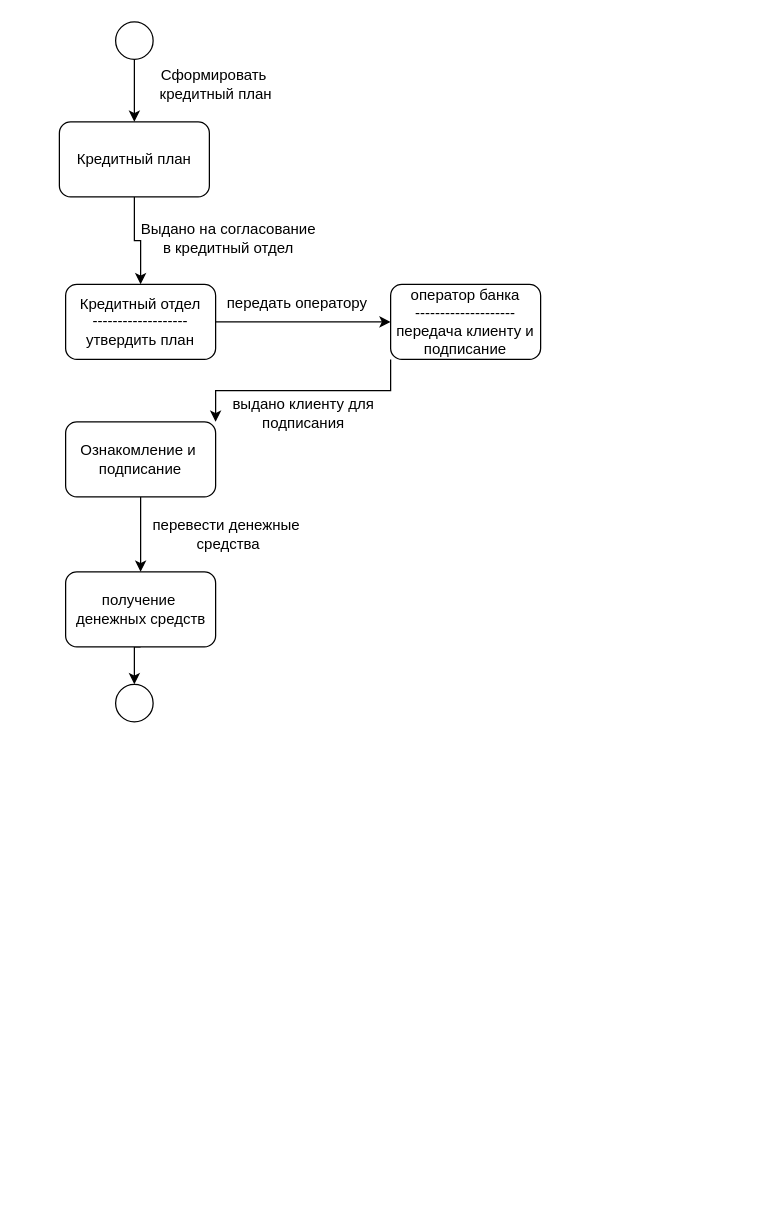
Above: page "Страница 5" (5 of 7) of AKMS2.drawio in EnoT1K4/project_new (draw.io), before the change. Source tidied: cells renumbered, new cells numbered last; positions are measured from the earlier drawing's top-left corner, leaving out a move shared by most shapes. Both pictures are drawn from the tidied source at 125%, with x=0, y=0 at pixel (59, 21).
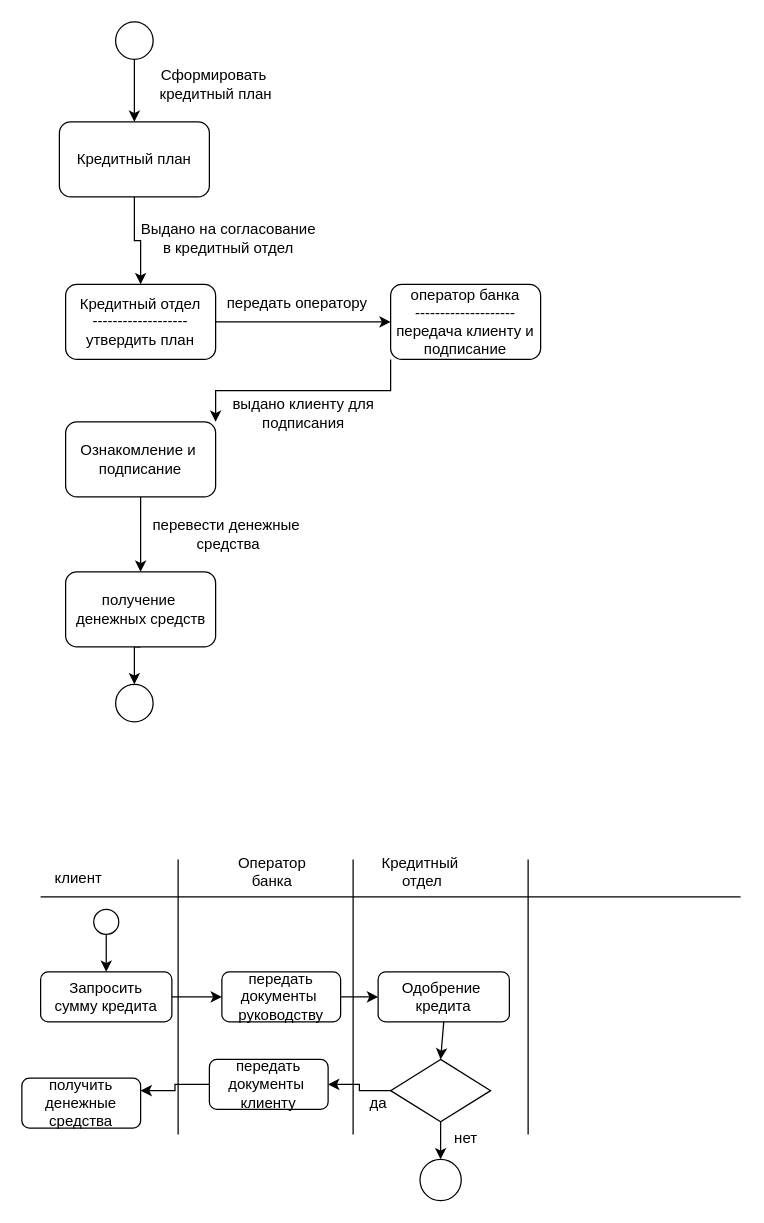
After the change.

What changed in the source:
```diff
@@
+    <mxCell id="21" value="клиент" style="text;html=1;align=center;verticalAlign=middle;strokeColor=none;fillColor=none;" parent="1" vertex="1">
+      <mxGeometry x="-15" y="670" width="60" height="30" as="geometry" />
+    </mxCell>
+    <mxCell id="22" style="endArrow=none;html=1;rounded=0;" parent="1" edge="1">
+      <mxGeometry relative="1" as="geometry">
+        <mxPoint x="-15" y="700" as="sourcePoint" />
+        <mxPoint x="545" y="700" as="targetPoint" />
+      </mxGeometry>
+    </mxCell>
+    <mxCell id="23" style="ellipse;whiteSpace=wrap;html=1;" parent="1" vertex="1">
+      <mxGeometry x="27.5" y="710" width="20" height="20" as="geometry" />
+    </mxCell>
+    <mxCell id="24" value="Запросить&lt;br&gt;сумму кредита" style="rounded=1;whiteSpace=wrap;html=1;" parent="1" vertex="1">
+      <mxGeometry x="-15" y="760" width="105" height="40" as="geometry" />
+    </mxCell>
+    <mxCell id="25" style="endArrow=classic;html=1;rounded=0;exitX=0.5;exitY=1;exitDx=0;exitDy=0;entryX=0.5;entryY=0;entryDx=0;entryDy=0;" parent="1" edge="1" source="23" target="24">
+      <mxGeometry relative="1" as="geometry" />
+    </mxCell>
+    <mxCell id="26" value="Оператор&lt;br&gt;банка" style="text;html=1;align=center;verticalAlign=middle;strokeColor=none;fillColor=none;" parent="1" vertex="1">
+      <mxGeometry x="130" y="660" width="80" height="40" as="geometry" />
+    </mxCell>
+    <mxCell id="27" style="endArrow=none;html=1;rounded=0;" parent="1" edge="1">
+      <mxGeometry relative="1" as="geometry">
+        <mxPoint x="95" y="890" as="sourcePoint" />
+        <mxPoint x="95" y="670" as="targetPoint" />
+      </mxGeometry>
+    </mxCell>
+    <mxCell id="28" value="передать документы&amp;nbsp;&lt;br&gt;руководству" style="rounded=1;whiteSpace=wrap;html=1;" parent="1" vertex="1">
+      <mxGeometry x="130" y="760" width="95" height="40" as="geometry" />
+    </mxCell>
+    <mxCell id="29" style="endArrow=classic;html=1;rounded=0;exitX=1;exitY=0.5;exitDx=0;exitDy=0;entryX=0;entryY=0.5;entryDx=0;entryDy=0;" parent="1" edge="1" source="24" target="28">
+      <mxGeometry relative="1" as="geometry" />
+    </mxCell>
+    <mxCell id="30" style="endArrow=none;html=1;rounded=0;" parent="1" edge="1">
+      <mxGeometry relative="1" as="geometry">
+        <mxPoint x="235" y="890" as="sourcePoint" />
+        <mxPoint x="235" y="670" as="targetPoint" />
+      </mxGeometry>
+    </mxCell>
+    <mxCell id="31" value="Кредитный&amp;nbsp;&lt;br&gt;отдел" style="text;html=1;align=center;verticalAlign=middle;strokeColor=none;fillColor=none;" parent="1" vertex="1">
+      <mxGeometry x="245" y="660" width="90" height="40" as="geometry" />
+    </mxCell>
+    <mxCell id="32" value="Одобрение&amp;nbsp;&lt;br&gt;кредита" style="rounded=1;whiteSpace=wrap;html=1;" parent="1" vertex="1">
+      <mxGeometry x="255" y="760" width="105" height="40" as="geometry" />
+    </mxCell>
+    <mxCell id="33" style="endArrow=classic;html=1;rounded=0;exitX=1;exitY=0.5;exitDx=0;exitDy=0;entryX=0;entryY=0.5;entryDx=0;entryDy=0;" parent="1" edge="1" source="28" target="32">
+      <mxGeometry relative="1" as="geometry" />
+    </mxCell>
+    <mxCell id="34" style="edgeStyle=orthogonalEdgeStyle;rounded=0;jettySize=auto;html=1;exitX=0;exitY=0.5;exitDx=0;exitDy=0;entryX=1;entryY=0.5;entryDx=0;entryDy=0;" parent="1" edge="1" source="35" target="42">
+      <mxGeometry relative="1" as="geometry" />
+    </mxCell>
+    <mxCell id="35" style="rhombus;whiteSpace=wrap;html=1;" parent="1" vertex="1">
+      <mxGeometry x="265" y="830" width="80" height="50" as="geometry" />
+    </mxCell>
+    <mxCell id="36" style="endArrow=classic;html=1;rounded=0;exitX=0.5;exitY=1;exitDx=0;exitDy=0;entryX=0.5;entryY=0;entryDx=0;entryDy=0;" parent="1" edge="1" source="32" target="35">
+      <mxGeometry relative="1" as="geometry" />
+    </mxCell>
+    <mxCell id="37" style="ellipse;whiteSpace=wrap;html=1;" parent="1" vertex="1">
+      <mxGeometry x="288.5" y="910" width="33" height="33" as="geometry" />
+    </mxCell>
+    <mxCell id="38" style="endArrow=classic;html=1;rounded=0;exitX=0.5;exitY=1;exitDx=0;exitDy=0;" parent="1" edge="1" source="35" target="37">
+      <mxGeometry relative="1" as="geometry" />
+    </mxCell>
+    <mxCell id="39" value="нет" style="text;html=1;align=center;verticalAlign=middle;strokeColor=none;fillColor=none;" parent="1" vertex="1">
+      <mxGeometry x="305" y="878" width="40" height="30" as="geometry" />
+    </mxCell>
+    <mxCell id="40" style="endArrow=none;html=1;rounded=0;" parent="1" edge="1">
+      <mxGeometry relative="1" as="geometry">
+        <mxPoint x="375" y="890" as="sourcePoint" />
+        <mxPoint x="375" y="670" as="targetPoint" />
+      </mxGeometry>
+    </mxCell>
+    <mxCell id="41" style="edgeStyle=orthogonalEdgeStyle;rounded=0;jettySize=auto;html=1;exitX=0;exitY=0.5;exitDx=0;exitDy=0;entryX=1;entryY=0.25;entryDx=0;entryDy=0;" parent="1" edge="1" source="42" target="44">
+      <mxGeometry relative="1" as="geometry" />
+    </mxCell>
+    <mxCell id="42" value="передать документы&amp;nbsp;&lt;br&gt;клиенту" style="rounded=1;whiteSpace=wrap;html=1;" parent="1" vertex="1">
+      <mxGeometry x="120" y="830" width="95" height="40" as="geometry" />
+    </mxCell>
+    <mxCell id="43" value="да" style="text;html=1;align=center;verticalAlign=middle;strokeColor=none;fillColor=none;" parent="1" vertex="1">
+      <mxGeometry x="235" y="850" width="40" height="30" as="geometry" />
+    </mxCell>
+    <mxCell id="44" value="получить денежные средства" style="rounded=1;whiteSpace=wrap;html=1;" parent="1" vertex="1">
+      <mxGeometry x="-30" y="845" width="95" height="40" as="geometry" />
+    </mxCell>
```
